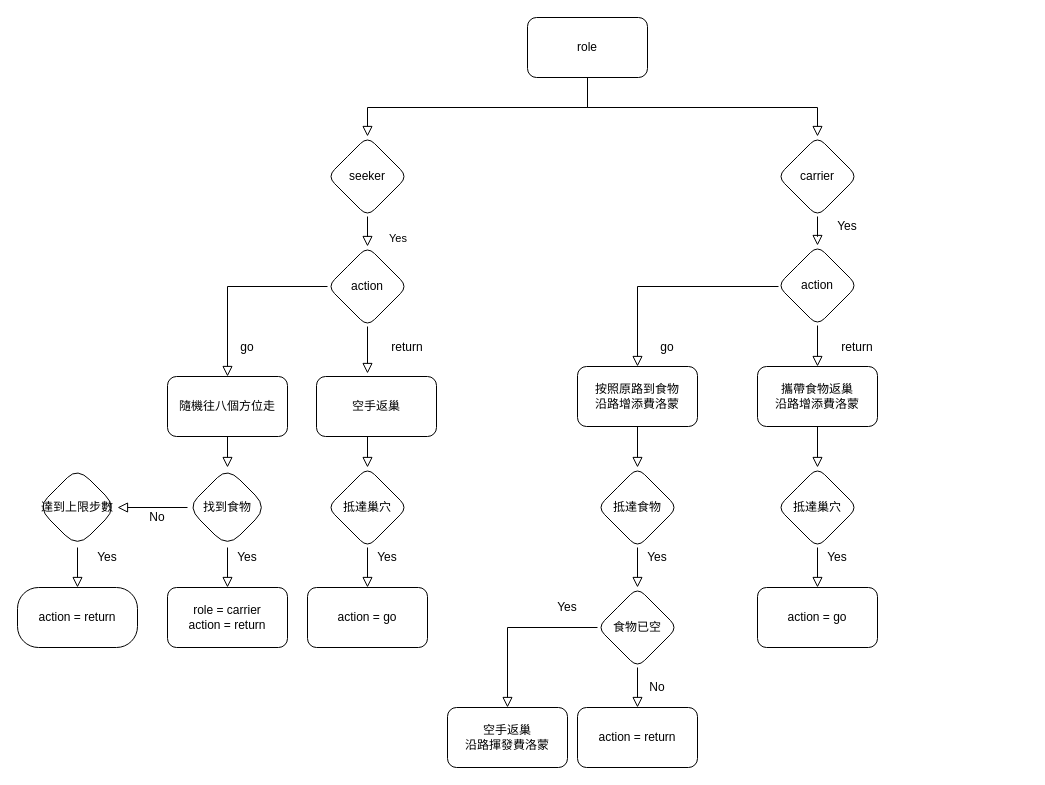
Above: page "Page-1" (1 of 2) of Untitled Diagram.drawio in QiuBingCheng/AntColonySimulation (draw.io), before the change. Source tidied: cells renumbered, new cells numbered last; positions are measured from the earlier drawing's top-left corner, leaving out a move shared by most shapes. Both pictures are drawn from the tidied source at 100%, with x=0, y=0 at pixel (17, 17).
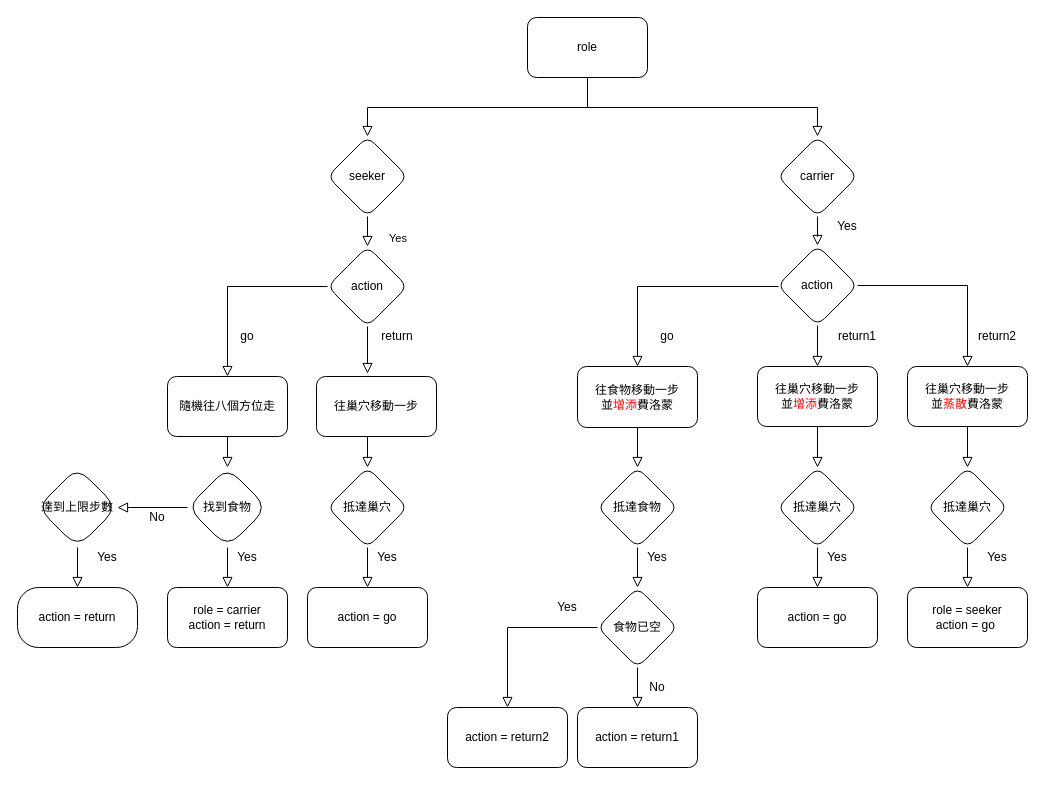
The same diagram, later.

The change refers to these unchanged cells:
```xml
<mxCell id="12" value="&lt;span&gt;action&lt;/span&gt;" style="rhombus;whiteSpace=wrap;html=1;rounded=1;shadow=0;strokeWidth=1;glass=0;" parent="1" vertex="1">
  <mxGeometry x="760" y="228" width="80" height="80" as="geometry" />
</mxCell>
```

Diff of the diagram source:
```diff
@@
+    <mxCell id="56" style="edgeStyle=orthogonalEdgeStyle;rounded=0;jettySize=auto;html=1;entryX=0.5;entryY=0;entryDx=0;entryDy=0;shadow=0;labelBackgroundColor=none;endArrow=block;endFill=0;endSize=8;strokeWidth=1;align=left;" parent="1" edge="1" source="12" target="58">
+      <mxGeometry relative="1" as="geometry" />
+    </mxCell>
@@
     <mxCell id="16" value="go" style="text;html=1;strokeColor=none;fillColor=none;align=center;verticalAlign=middle;whiteSpace=wrap;rounded=0;fontColor=#000000;" parent="1" vertex="1">
-      <mxGeometry x="210" y="320" width="40" height="20" as="geometry" />
+      <mxGeometry x="210" y="309" width="40" height="20" as="geometry" />
     </mxCell>
@@
-    <mxCell id="19" value="按照原路到食物&lt;br&gt;沿路增添費洛蒙" style="whiteSpace=wrap;html=1;rounded=1;shadow=0;strokeWidth=1;glass=0;" parent="1" vertex="1">
-      <mxGeometry x="560" y="349" width="120" height="60" as="geometry" />
+    <mxCell id="19" value="往食物移動一步&lt;br&gt;並&lt;font color=&quot;#ff0000&quot;&gt;增添&lt;/font&gt;費洛蒙" style="whiteSpace=wrap;html=1;rounded=1;shadow=0;strokeWidth=1;glass=0;" parent="1" vertex="1">
+      <mxGeometry x="560" y="349" width="120" height="61" as="geometry" />
     </mxCell>
@@
-    <mxCell id="21" value="攜帶食物返巢&lt;br&gt;沿路增添費洛蒙" style="whiteSpace=wrap;html=1;rounded=1;shadow=0;strokeWidth=1;glass=0;" parent="1" vertex="1">
+    <mxCell id="21" value="往巢穴移動一步&lt;br&gt;並&lt;font color=&quot;#ff0000&quot;&gt;增添&lt;/font&gt;費洛蒙" style="whiteSpace=wrap;html=1;rounded=1;shadow=0;strokeWidth=1;glass=0;" parent="1" vertex="1">
       <mxGeometry x="740" y="349" width="120" height="60" as="geometry" />
     </mxCell>
     <mxCell id="22" value="go" style="text;html=1;strokeColor=none;fillColor=none;align=center;verticalAlign=middle;whiteSpace=wrap;rounded=0;fontColor=#000000;" parent="1" vertex="1">
-      <mxGeometry x="630" y="320" width="40" height="20" as="geometry" />
+      <mxGeometry x="630" y="309" width="40" height="20" as="geometry" />
     </mxCell>
-    <mxCell id="23" value="return" style="text;html=1;strokeColor=none;fillColor=none;align=center;verticalAlign=middle;whiteSpace=wrap;rounded=0;fontColor=#000000;" parent="1" vertex="1">
-      <mxGeometry x="820" y="320" width="40" height="20" as="geometry" />
+    <mxCell id="23" value="return1" style="text;html=1;strokeColor=none;fillColor=none;align=center;verticalAlign=middle;whiteSpace=wrap;rounded=0;fontColor=#000000;" parent="1" vertex="1">
+      <mxGeometry x="820" y="309" width="40" height="20" as="geometry" />
     </mxCell>
@@
-    <mxCell id="31" value="空手返巢&lt;br&gt;沿路揮發費洛蒙" style="whiteSpace=wrap;html=1;rounded=1;shadow=0;strokeWidth=1;glass=0;" parent="1" vertex="1">
+    <mxCell id="31" value="action = return2" style="whiteSpace=wrap;html=1;rounded=1;shadow=0;strokeWidth=1;glass=0;" parent="1" vertex="1">
       <mxGeometry x="430" y="690" width="120" height="60" as="geometry" />
     </mxCell>
-    <mxCell id="32" value="action = return" style="whiteSpace=wrap;html=1;rounded=1;shadow=0;strokeWidth=1;glass=0;" parent="1" vertex="1">
+    <mxCell id="32" value="action = return1" style="whiteSpace=wrap;html=1;rounded=1;shadow=0;strokeWidth=1;glass=0;" parent="1" vertex="1">
       <mxGeometry x="560" y="690" width="120" height="60" as="geometry" />
     </mxCell>
@@
-    <mxCell id="42" value="空手返巢" style="whiteSpace=wrap;html=1;rounded=1;shadow=0;strokeWidth=1;glass=0;" parent="1" vertex="1">
+    <mxCell id="42" value="往巢穴移動一步" style="whiteSpace=wrap;html=1;rounded=1;shadow=0;strokeWidth=1;glass=0;" parent="1" vertex="1">
       <mxGeometry x="299" y="359" width="120" height="60" as="geometry" />
     </mxCell>
     <mxCell id="43" value="return" style="text;html=1;strokeColor=none;fillColor=none;align=center;verticalAlign=middle;whiteSpace=wrap;rounded=0;fontColor=#000000;" parent="1" vertex="1">
-      <mxGeometry x="370" y="320" width="40" height="20" as="geometry" />
+      <mxGeometry x="360" y="309" width="40" height="20" as="geometry" />
     </mxCell>
@@
+    <mxCell id="57" style="edgeStyle=orthogonalEdgeStyle;rounded=0;jettySize=auto;html=1;shadow=0;labelBackgroundColor=none;endArrow=block;endFill=0;endSize=8;strokeWidth=1;align=left;" parent="1" edge="1" source="58" target="61">
+      <mxGeometry relative="1" as="geometry" />
+    </mxCell>
+    <mxCell id="58" value="往巢穴移動一步&lt;br&gt;並&lt;font color=&quot;#ff0000&quot;&gt;蒸散&lt;/font&gt;費洛蒙" style="whiteSpace=wrap;html=1;rounded=1;shadow=0;strokeWidth=1;glass=0;" parent="1" vertex="1">
+      <mxGeometry x="890" y="349" width="120" height="60" as="geometry" />
+    </mxCell>
+    <mxCell id="59" value="return2" style="text;html=1;strokeColor=none;fillColor=none;align=center;verticalAlign=middle;whiteSpace=wrap;rounded=0;fontColor=#000000;" parent="1" vertex="1">
+      <mxGeometry x="960" y="309" width="40" height="20" as="geometry" />
+    </mxCell>
+    <mxCell id="60" style="edgeStyle=orthogonalEdgeStyle;rounded=0;jettySize=auto;html=1;shadow=0;labelBackgroundColor=none;endArrow=block;endFill=0;endSize=8;strokeWidth=1;align=left;" parent="1" edge="1" source="61" target="62">
+      <mxGeometry relative="1" as="geometry" />
+    </mxCell>
+    <mxCell id="61" value="抵達巢穴" style="rhombus;whiteSpace=wrap;html=1;rounded=1;shadow=0;strokeWidth=1;glass=0;" parent="1" vertex="1">
+      <mxGeometry x="910" y="450" width="80" height="80" as="geometry" />
+    </mxCell>
+    <mxCell id="62" value="role = seeker&lt;br&gt;action = go&amp;nbsp;" style="whiteSpace=wrap;html=1;rounded=1;shadow=0;strokeWidth=1;glass=0;" parent="1" vertex="1">
+      <mxGeometry x="890" y="570" width="120" height="60" as="geometry" />
+    </mxCell>
+    <mxCell id="63" value="Yes" style="text;html=1;strokeColor=none;fillColor=none;align=center;verticalAlign=middle;whiteSpace=wrap;rounded=0;fontColor=#000000;" parent="1" vertex="1">
+      <mxGeometry x="960" y="530" width="40" height="20" as="geometry" />
+    </mxCell>
```
